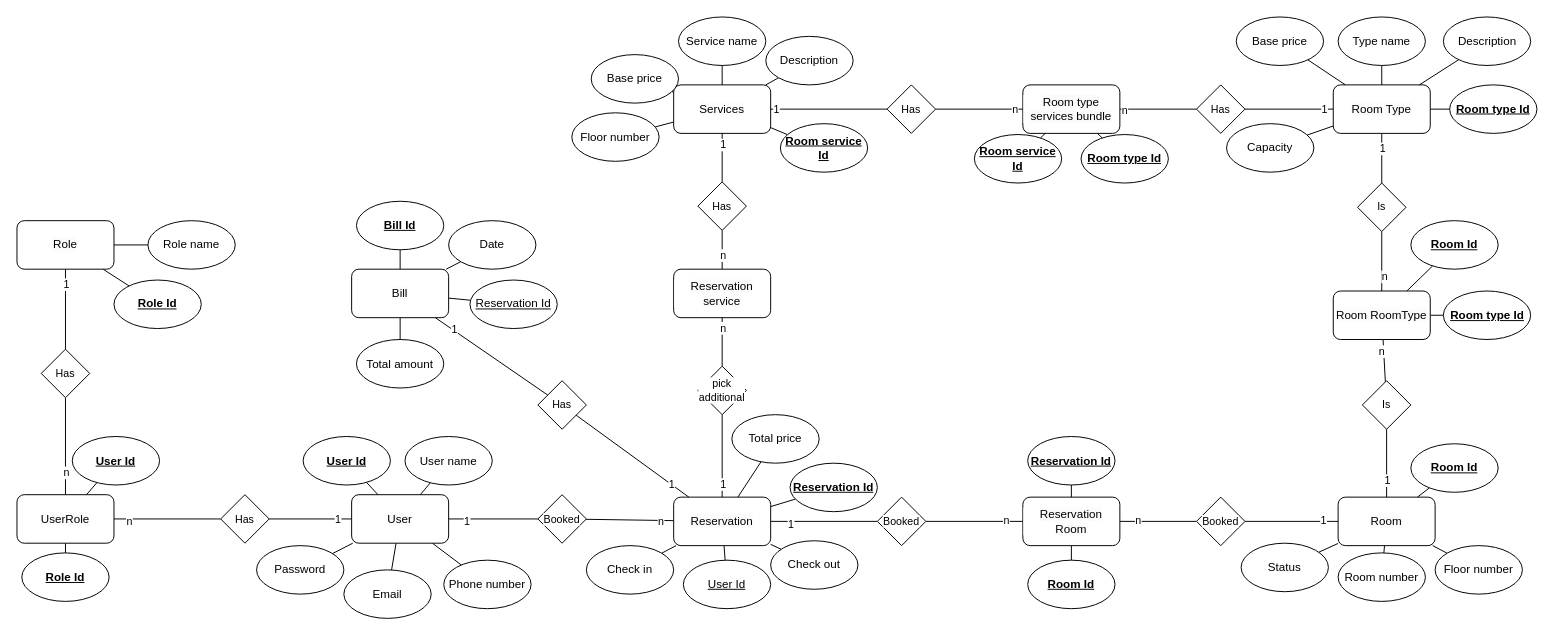
Earlier version of the draw.io diagram doc/ER-Hotel-Management.drawio (HoangDepTraiBoDoiThe/HotelManagement). Source tidied: cells renumbered, new cells numbered last; positions are measured from the earlier drawing's top-left corner, leaving out a move shared by most shapes. Both pictures are drawn from the tidied source at 97%, with x=0, y=0 at pixel (16, 16).
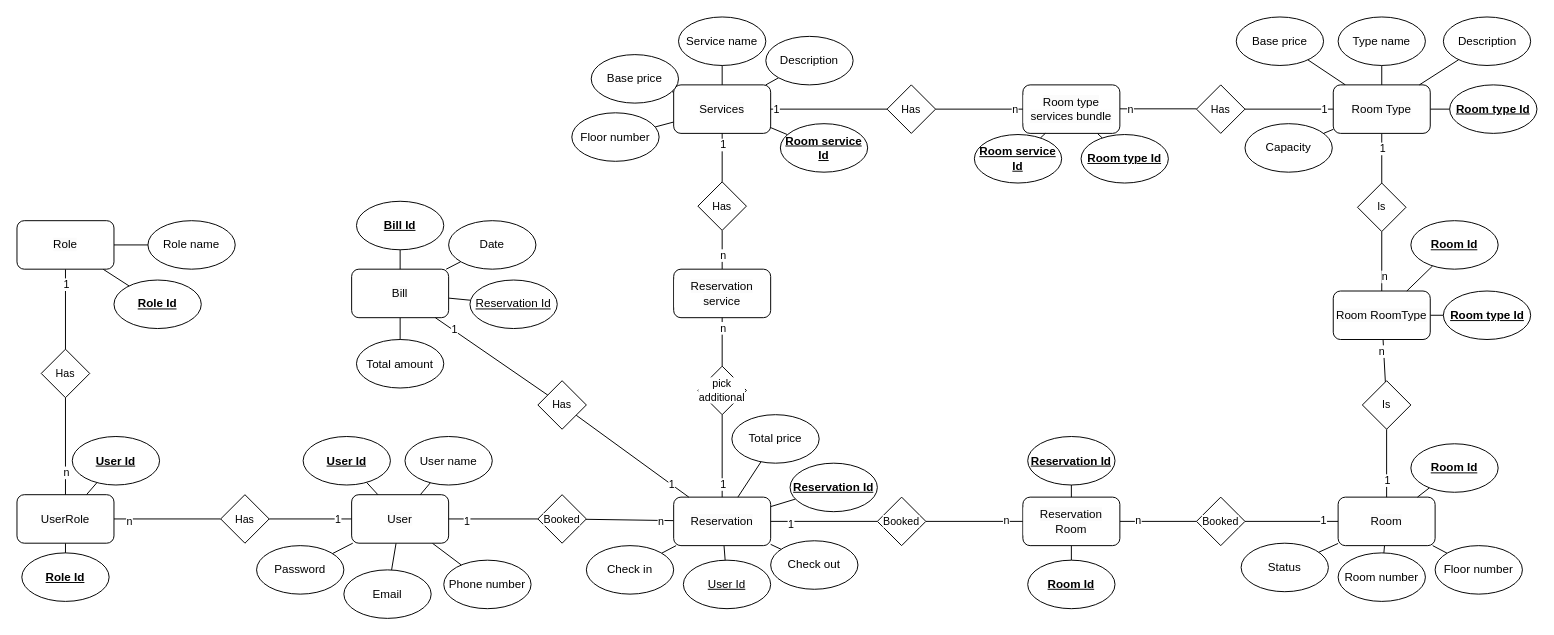
Above is the later version.

Commit message:
Add Document section - ER diagram

The change refers to these unchanged cells:
```xml
<mxCell id="103" value="&lt;span style=&quot;font-size: 12px; background-color: rgb(251, 251, 251);&quot;&gt;Room type services bundle&lt;/span&gt;" style="rounded=1;whiteSpace=wrap;html=1;fontFamily=Helvetica;fontSize=11;fontColor=default;labelBackgroundColor=default;" parent="1" vertex="1">
  <mxGeometry x="1037" y="70" width="100" height="50" as="geometry" />
</mxCell>
<mxCell id="132" value="Has" style="rhombus;whiteSpace=wrap;html=1;fontFamily=Helvetica;fontSize=11;fontColor=default;labelBackgroundColor=default;" parent="1" vertex="1">
  <mxGeometry x="1216" y="70" width="50" height="50" as="geometry" />
</mxCell>
```

What changed in the source:
```diff
@@
-    <mxCell id="64" style="edgeStyle=none;shape=connector;rounded=0;jettySize=auto;html=1;strokeColor=default;align=center;verticalAlign=middle;fontFamily=Helvetica;fontSize=11;fontColor=default;labelBackgroundColor=default;endArrow=none;endFill=0;" parent="1" edge="1" source="132" target="103">
-      <mxGeometry relative="1" as="geometry" />
+    <mxCell id="64" style="edgeStyle=none;shape=connector;rounded=0;orthogonalLoop=1;jettySize=auto;html=1;strokeColor=default;align=center;verticalAlign=middle;fontFamily=Helvetica;fontSize=11;fontColor=default;labelBackgroundColor=default;endArrow=none;endFill=0;" parent="1" edge="1">
+      <mxGeometry relative="1" as="geometry">
+        <mxPoint x="1216" y="94.7" as="sourcePoint" />
+        <mxPoint x="1137" y="94.7" as="targetPoint" />
+      </mxGeometry>
     </mxCell>
     <mxCell id="65" value="n" style="edgeLabel;html=1;align=center;verticalAlign=middle;fontFamily=Helvetica;fontSize=11;fontColor=default;labelBackgroundColor=default;" parent="64" vertex="1">
-      <mxGeometry x="0.91" y="1" relative="1" as="geometry" />
+      <mxGeometry x="0.91" y="1" relative="1" as="geometry">
+        <mxPoint x="6" y="-1" as="offset" />
+      </mxGeometry>
     </mxCell>
@@
     <mxCell id="74" value="Capacity" style="ellipse;whiteSpace=wrap;html=1;fontStyle=0;" parent="1" vertex="1">
-      <mxGeometry x="1247" y="110" width="90" height="50" as="geometry" />
+      <mxGeometry x="1266" y="110" width="90" height="50" as="geometry" />
     </mxCell>
```
